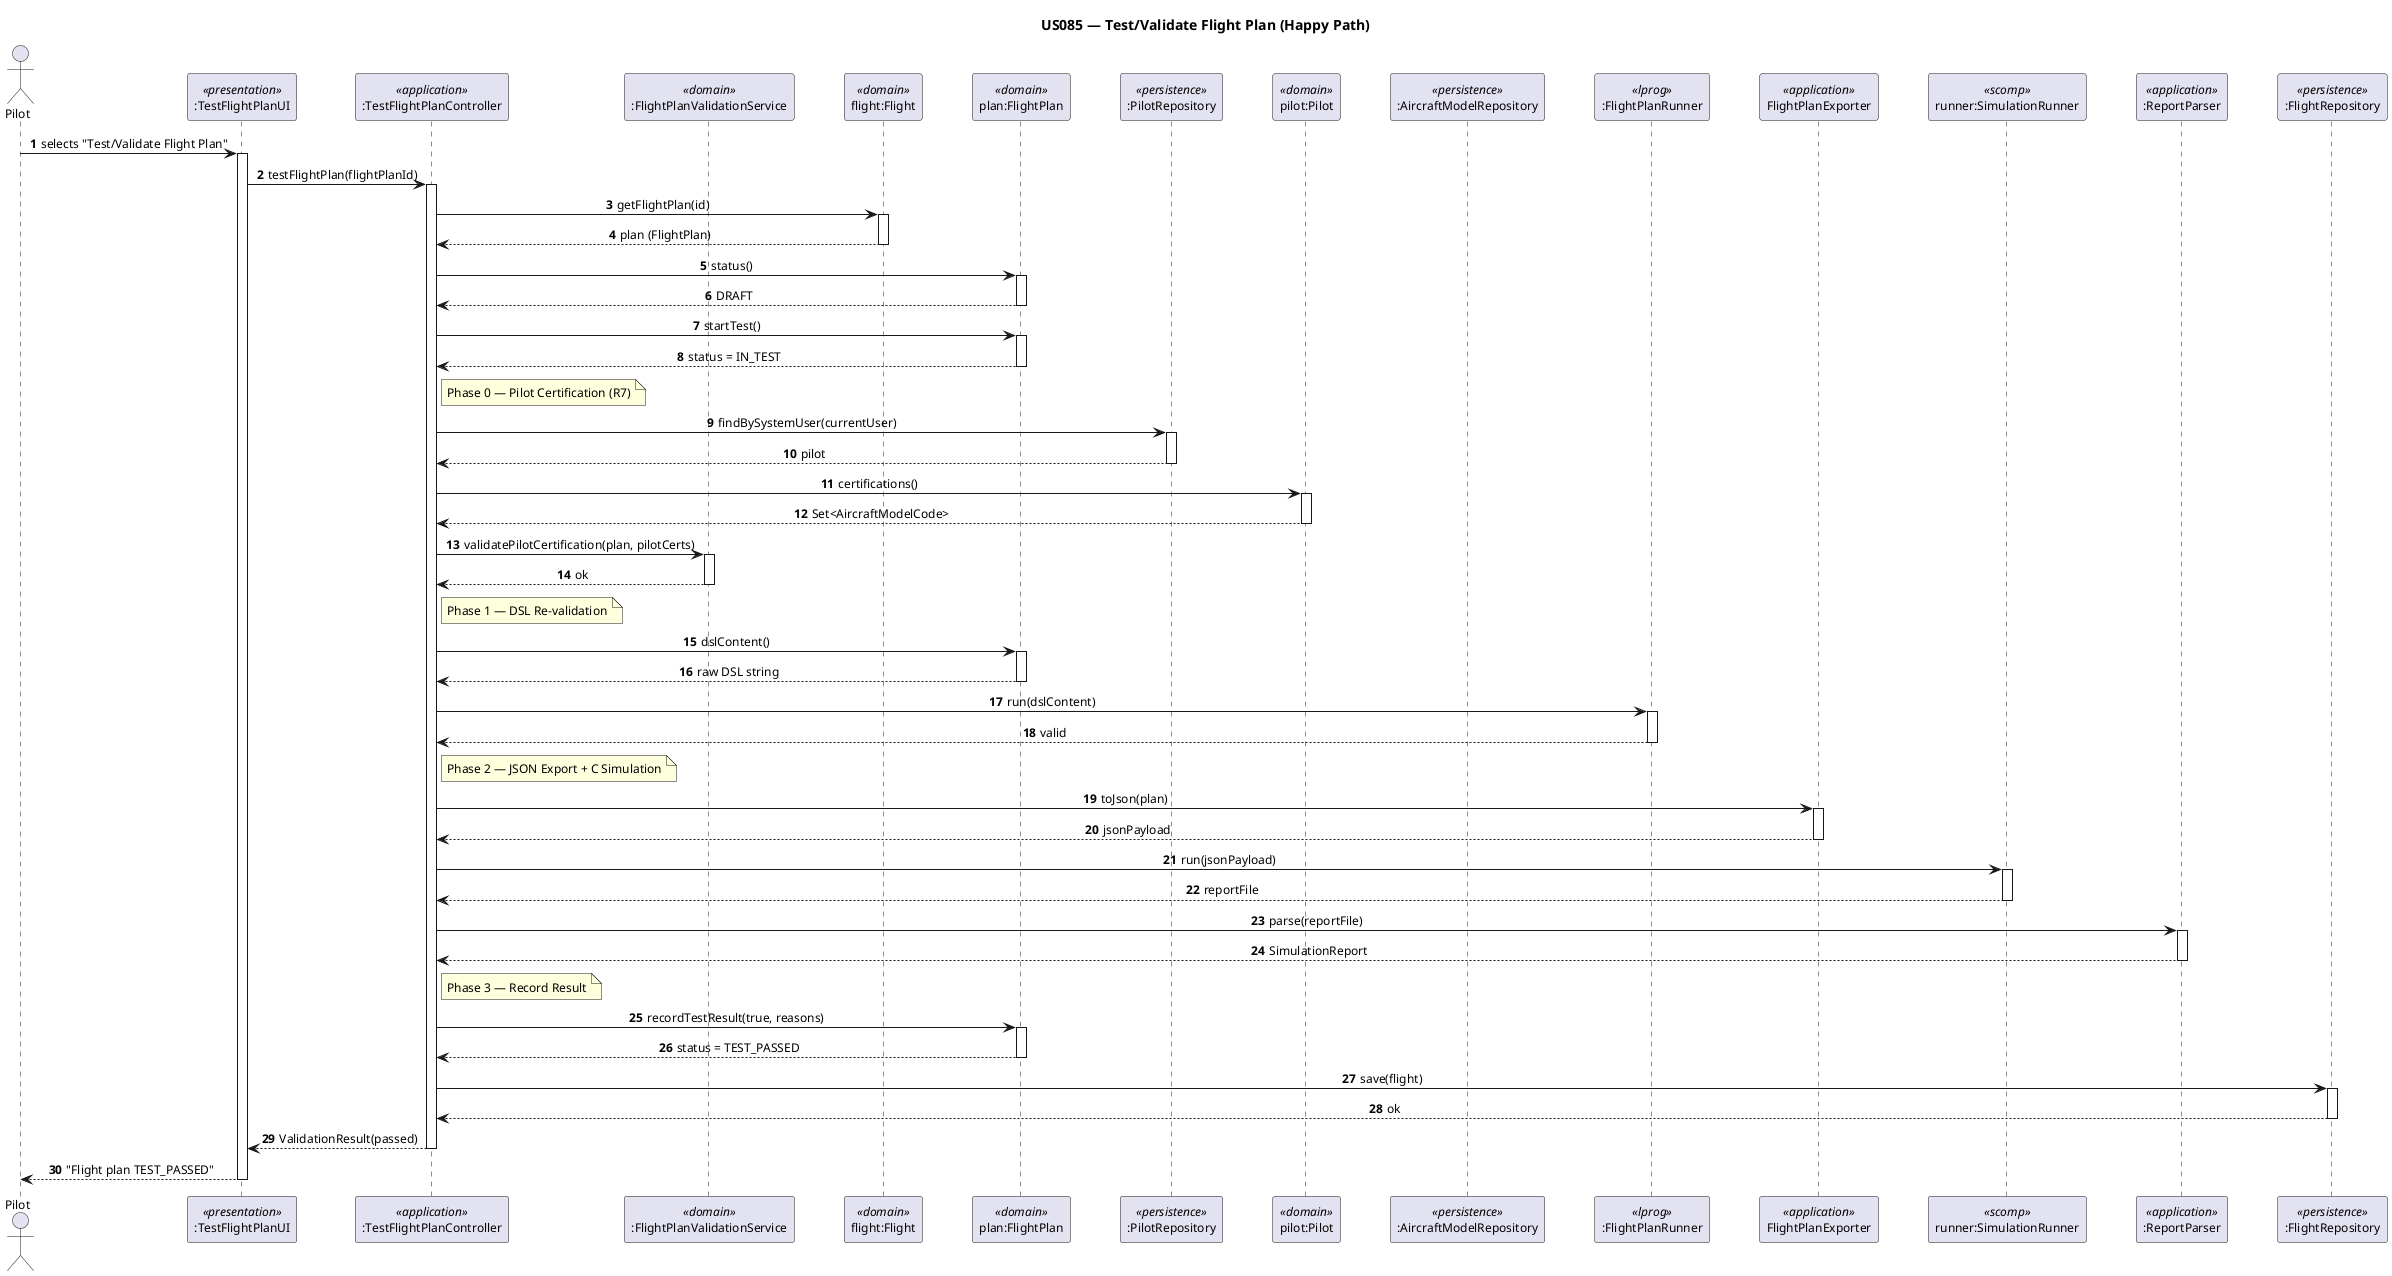
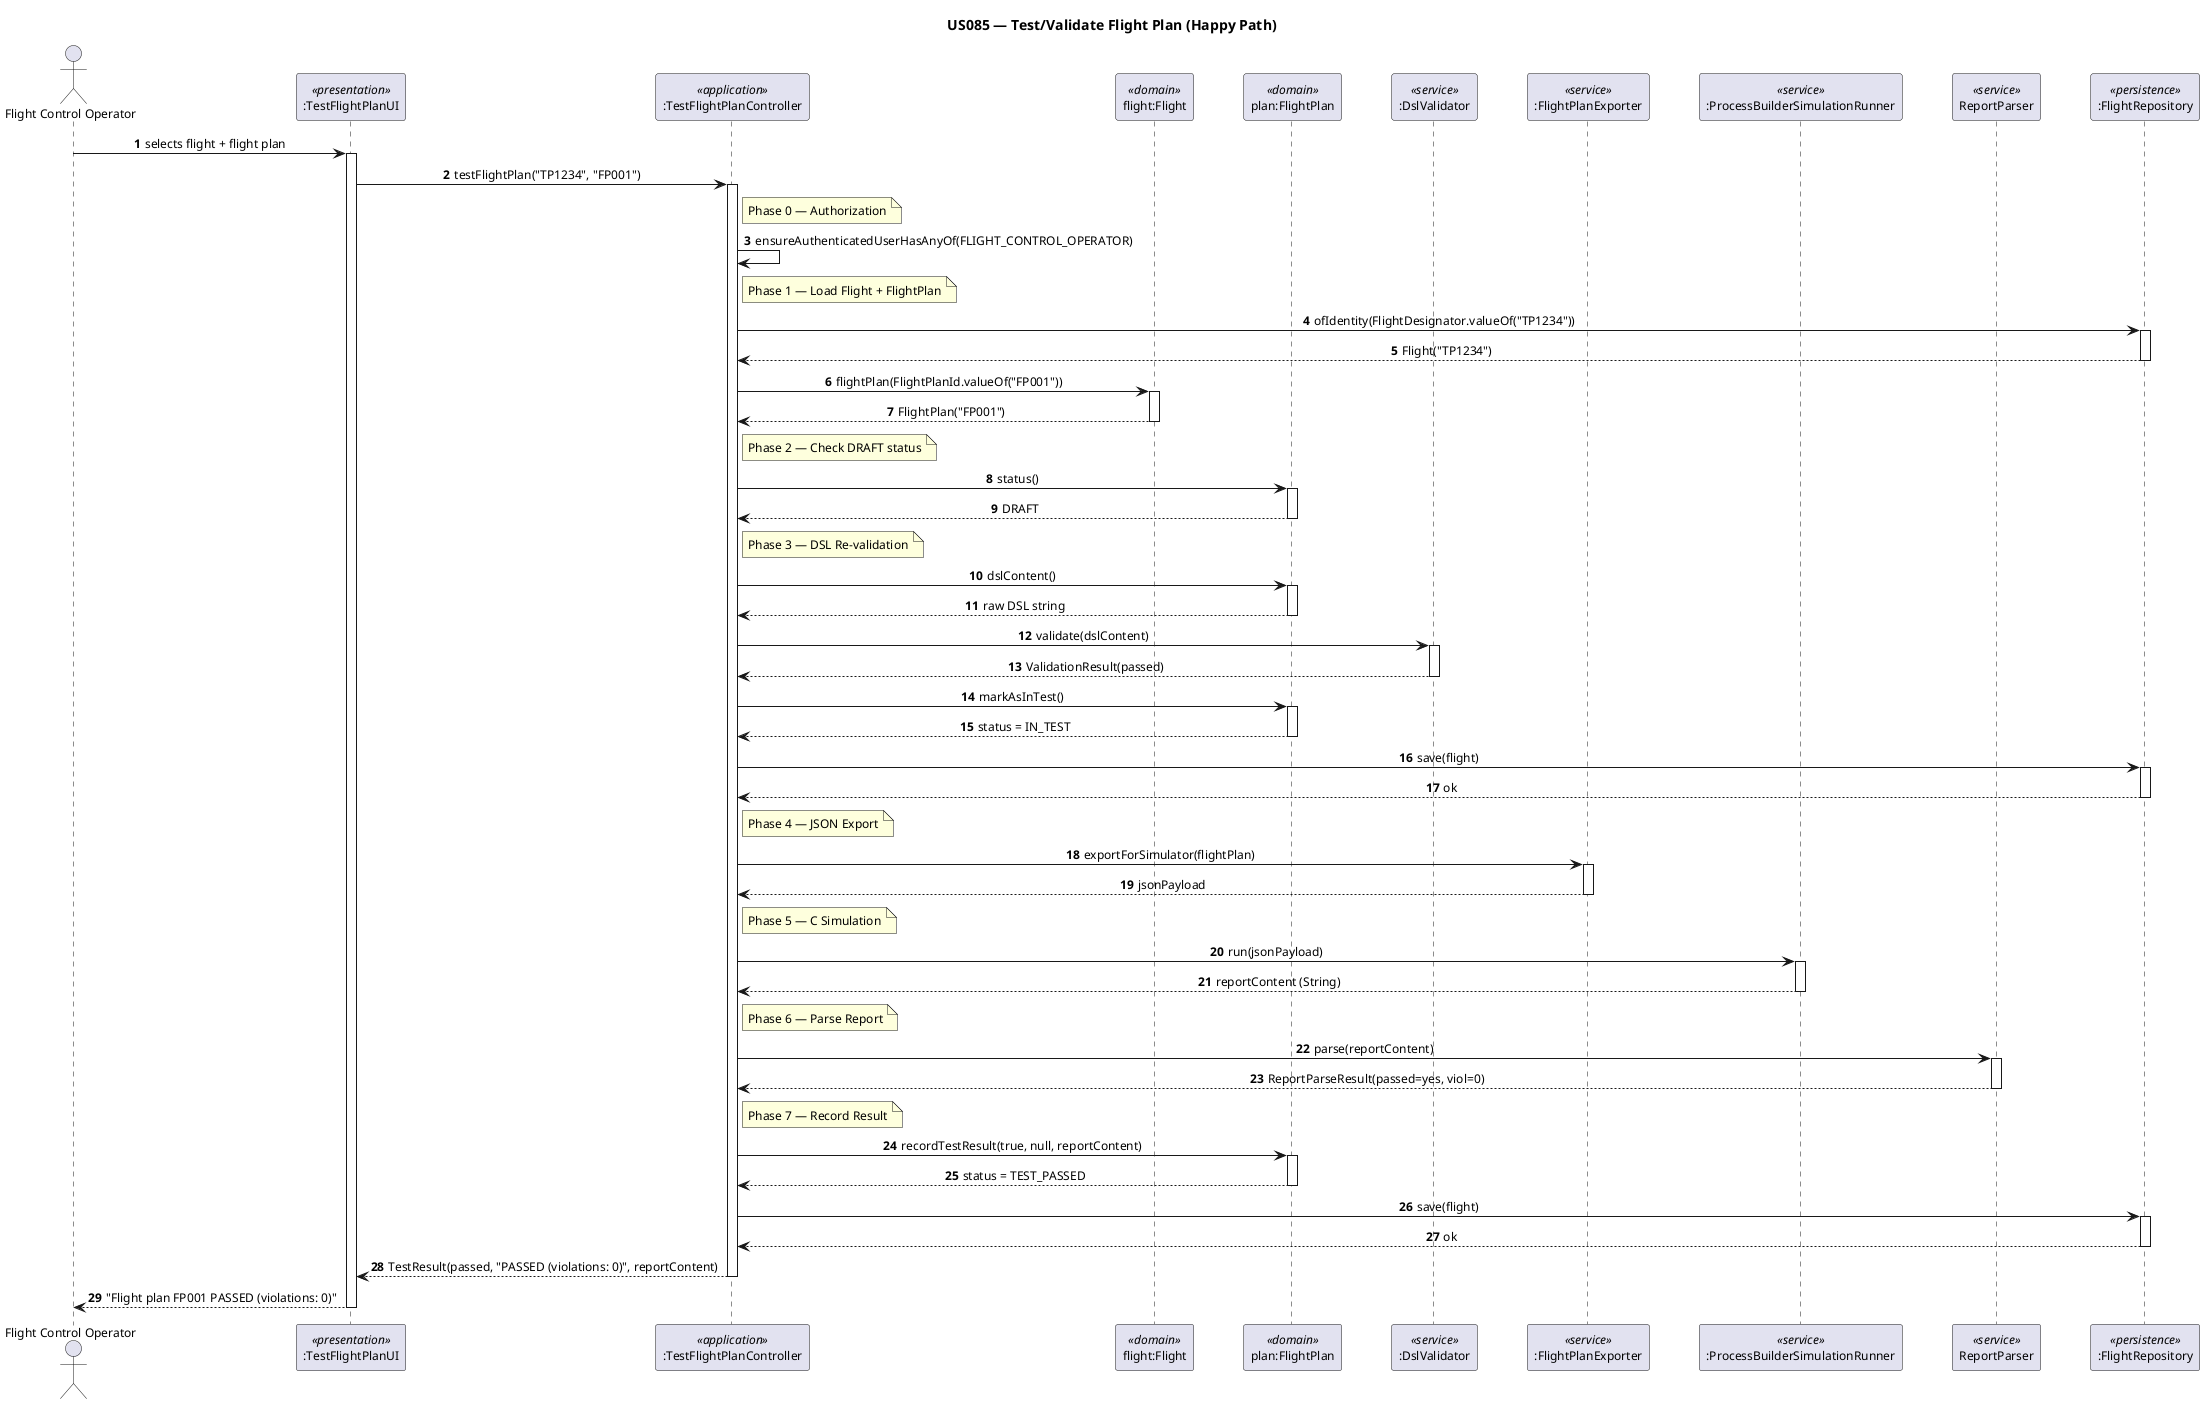
@startuml sd_us085_test_flight_plan
title US085 — Test/Validate Flight Plan (Happy Path)

skinparam sequenceMessageAlign center
skinparam defaultFontName Arial
skinparam defaultFontSize 12
skinparam ParticipantPadding 20

autonumber

- actor "Pilot" as actor
+ actor "Flight Control Operator" as actor
participant ":TestFlightPlanUI"                as ui          <<presentation>>
participant ":TestFlightPlanController"        as ctrl        <<application>>
- participant ":FlightPlanValidationService"     as service     <<domain>>
participant "flight:Flight"                    as flight      <<domain>>
participant "plan:FlightPlan"                  as plan        <<domain>>
- participant ":PilotRepository"                 as pilot_repo  <<persistence>>
- participant "pilot:Pilot"                      as pilot       <<domain>>
- participant ":AircraftModelRepository"         as model_repo  <<persistence>>
- participant ":FlightPlanRunner"                as dsl         <<lprog>>
- participant "FlightPlanExporter"               as exporter    <<application>>
- participant "runner:SimulationRunner"          as sim         <<scomp>>
- participant ":ReportParser"                    as parser      <<application>>
+ participant ":DslValidator"                    as dsl         <<service>>
+ participant ":FlightPlanExporter"              as exporter    <<service>>
+ participant ":ProcessBuilderSimulationRunner"  as runner      <<service>>
+ participant "ReportParser"                     as parser      <<service>>
participant ":FlightRepository"                as repo        <<persistence>>

- actor -> ui : selects "Test/Validate Flight Plan"
+ actor -> ui : selects flight + flight plan
activate ui
- ui -> ctrl : testFlightPlan(flightPlanId)
+ ui -> ctrl : testFlightPlan("TP1234", "FP001")
activate ctrl

- ctrl -> flight : getFlightPlan(id)
+ note right of ctrl : Phase 0 — Authorization
+ ctrl -> ctrl : ensureAuthenticatedUserHasAnyOf(FLIGHT_CONTROL_OPERATOR)
+ 
+ note right of ctrl : Phase 1 — Load Flight + FlightPlan
+ ctrl -> repo : ofIdentity(FlightDesignator.valueOf("TP1234"))
+ activate repo
+ repo --> ctrl : Flight("TP1234")
+ deactivate repo
+ ctrl -> flight : flightPlan(FlightPlanId.valueOf("FP001"))
activate flight
- flight --> ctrl : plan (FlightPlan)
+ flight --> ctrl : FlightPlan("FP001")
deactivate flight

+ note right of ctrl : Phase 2 — Check DRAFT status
ctrl -> plan : status()
activate plan
plan --> ctrl : DRAFT
deactivate plan

- ctrl -> plan : startTest()
- activate plan
- plan --> ctrl : status = IN_TEST
- deactivate plan
- 
- note right of ctrl : Phase 0 — Pilot Certification (R7)
- 
- ctrl -> pilot_repo : findBySystemUser(currentUser)
- activate pilot_repo
- pilot_repo --> ctrl : pilot
- deactivate pilot_repo
- 
- ctrl -> pilot : certifications()
- activate pilot
- pilot --> ctrl : Set<AircraftModelCode>
- deactivate pilot
- 
- ctrl -> service : validatePilotCertification(plan, pilotCerts)
- activate service
- service --> ctrl : ok
- deactivate service
- 
- note right of ctrl : Phase 1 — DSL Re-validation
- 
+ note right of ctrl : Phase 3 — DSL Re-validation
ctrl -> plan : dslContent()
activate plan
plan --> ctrl : raw DSL string
deactivate plan
- 
- ctrl -> dsl : run(dslContent)
+ ctrl -> dsl : validate(dslContent)
activate dsl
- dsl --> ctrl : valid
+ dsl --> ctrl : ValidationResult(passed)
deactivate dsl

- note right of ctrl : Phase 2 — JSON Export + C Simulation
+ ctrl -> plan : markAsInTest()
+ activate plan
+ plan --> ctrl : status = IN_TEST
+ deactivate plan
+ ctrl -> repo : save(flight)
+ activate repo
+ repo --> ctrl : ok
+ deactivate repo

- ctrl -> exporter : toJson(plan)
+ note right of ctrl : Phase 4 — JSON Export
+ ctrl -> exporter : exportForSimulator(flightPlan)
activate exporter
exporter --> ctrl : jsonPayload
deactivate exporter

- ctrl -> sim : run(jsonPayload)
- activate sim
- sim --> ctrl : reportFile
- deactivate sim
+ note right of ctrl : Phase 5 — C Simulation
+ ctrl -> runner : run(jsonPayload)
+ activate runner
+ runner --> ctrl : reportContent (String)
+ deactivate runner

- ctrl -> parser : parse(reportFile)
+ note right of ctrl : Phase 6 — Parse Report
+ ctrl -> parser : parse(reportContent)
activate parser
- parser --> ctrl : SimulationReport
+ parser --> ctrl : ReportParseResult(passed=yes, viol=0)
deactivate parser

- note right of ctrl : Phase 3 — Record Result
- 
- ctrl -> plan : recordTestResult(true, reasons)
+ note right of ctrl : Phase 7 — Record Result
+ ctrl -> plan : recordTestResult(true, null, reportContent)
activate plan
plan --> ctrl : status = TEST_PASSED
deactivate plan

ctrl -> repo : save(flight)
activate repo
repo --> ctrl : ok
deactivate repo

- ctrl --> ui : ValidationResult(passed)
+ ctrl --> ui : TestResult(passed, "PASSED (violations: 0)", reportContent)
deactivate ctrl
- ui --> actor : "Flight plan TEST_PASSED"
+ ui --> actor : "Flight plan FP001 PASSED (violations: 0)"
deactivate ui
@enduml
